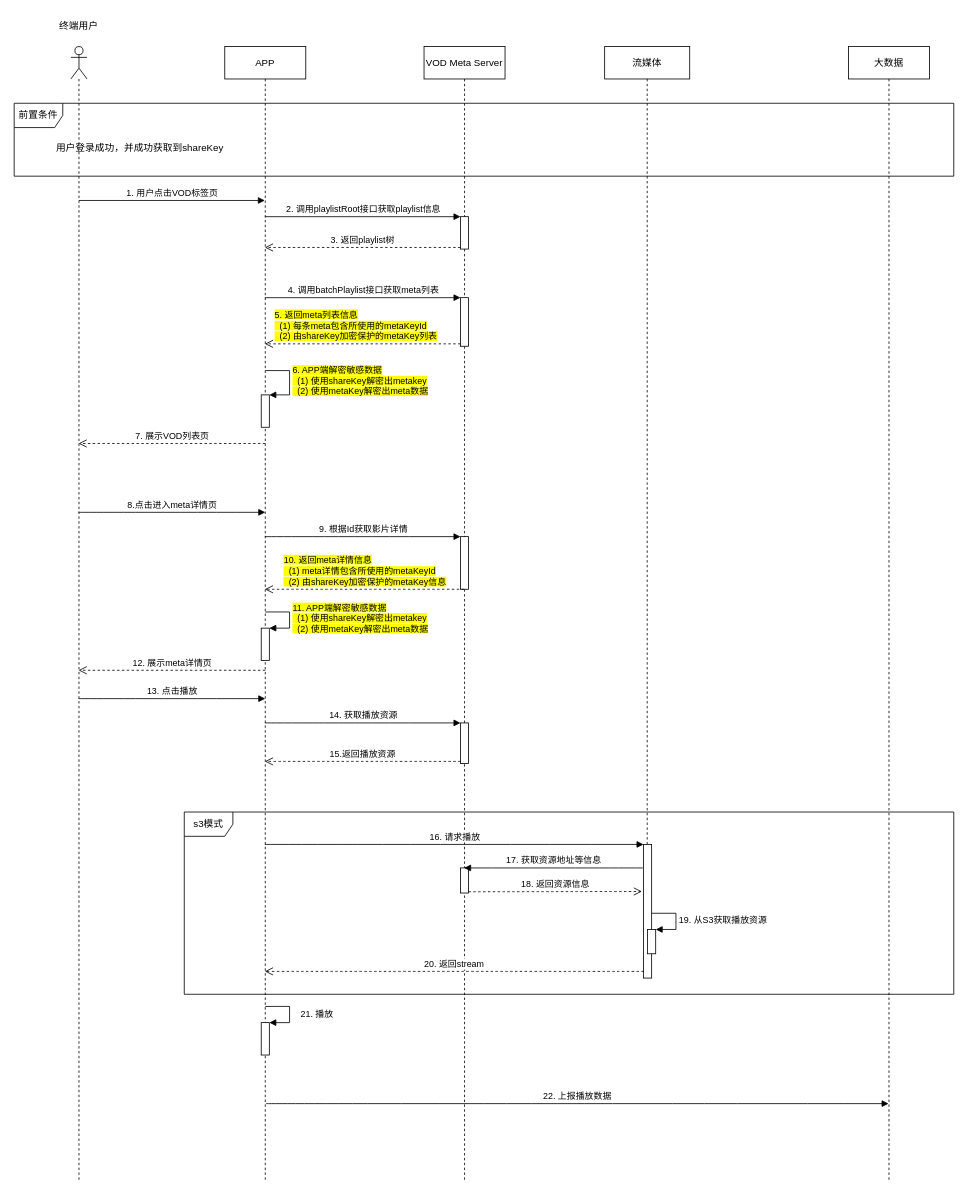
Before: VOD-E2EE.drawio in beixiaohai/zerotrust, a draw.io diagram. Source tidied: cells renumbered, new cells numbered last; positions are measured from the earlier drawing's top-left corner, leaving out a move shared by most shapes. Both pictures are drawn from the tidied source at 81%, with x=0, y=0 at pixel (14, 14).
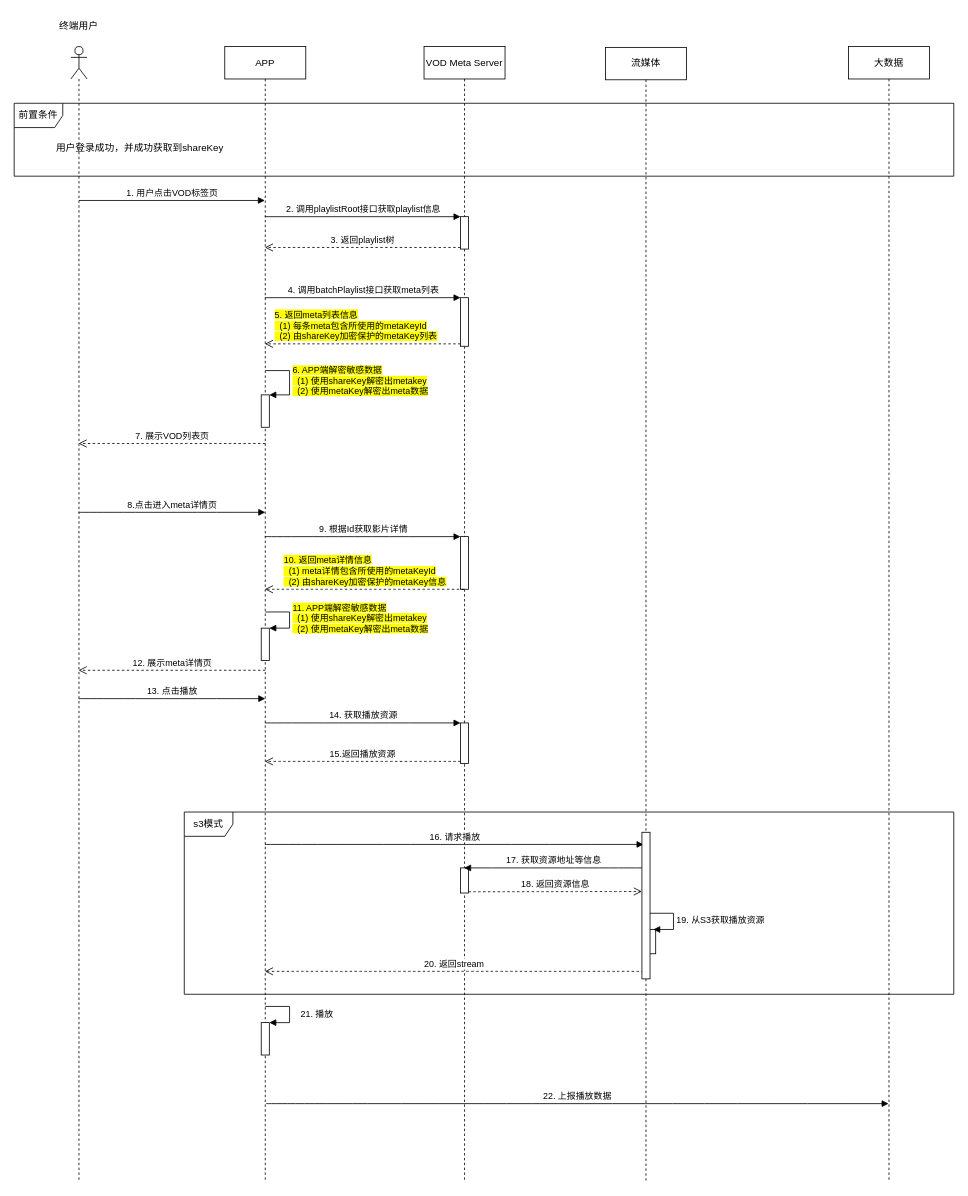
After the change.

Unchanged cells that the change refers to:
```xml
<mxCell id="3" value="APP" style="shape=umlLifeline;perimeter=lifelinePerimeter;whiteSpace=wrap;html=1;outlineConnect=0;" parent="1" vertex="1">
  <mxGeometry x="260" y="40" width="100" height="1400" as="geometry" />
</mxCell>
<mxCell id="12" value="VOD Meta Server" style="shape=umlLifeline;perimeter=lifelinePerimeter;whiteSpace=wrap;html=1;outlineConnect=0;" parent="1" vertex="1">
  <mxGeometry x="506" y="40" width="100" height="1400" as="geometry" />
</mxCell>
<mxCell id="15" style="html=1;points=[];perimeter=orthogonalPerimeter;" parent="12" vertex="1">
  <mxGeometry x="45" y="1014" width="10" height="31" as="geometry" />
</mxCell>
<mxCell id="41" style="html=1;points=[];perimeter=orthogonalPerimeter;" parent="1" vertex="1">
  <mxGeometry x="782" y="1130" width="10" height="30" as="geometry" />
</mxCell>
```

Change to the diagram source:
```diff
@@
-    <mxCell id="18" value="流媒体" style="shape=umlLifeline;perimeter=lifelinePerimeter;whiteSpace=wrap;html=1;" parent="1" vertex="1">
-      <mxGeometry x="729" y="40" width="105" height="1150" as="geometry" />
-    </mxCell>
-    <mxCell id="19" style="html=1;points=[];perimeter=orthogonalPerimeter;" parent="18" vertex="1">
-      <mxGeometry x="48" y="985" width="10" height="165" as="geometry" />
-    </mxCell>
@@
-    <mxCell id="26" value="16. 请求播放" style="html=1;verticalAlign=bottom;endArrow=block;entryX=0;entryY=0;labelBackgroundColor=#FFFFFF;curved=1;" parent="1" edge="1" target="19">
+    <mxCell id="26" value="16. 请求播放" style="html=1;verticalAlign=bottom;endArrow=block;entryX=0;entryY=0;labelBackgroundColor=#FFFFFF;curved=1;" parent="1" edge="1">
       <mxGeometry relative="1" as="geometry">
         <mxPoint x="309.5" y="1025" as="sourcePoint" />
+        <mxPoint x="777" y="1025" as="targetPoint" />
       </mxGeometry>
     </mxCell>
-    <mxCell id="27" value="20. 返回stream" style="html=1;verticalAlign=bottom;endArrow=open;dashed=1;endSize=8;exitX=0;exitY=0.95;labelBackgroundColor=#FFFFFF;curved=1;" parent="1" edge="1" source="19" target="3">
-      <mxGeometry relative="1" as="geometry" />
+    <mxCell id="27" value="20. 返回stream" style="html=1;verticalAlign=bottom;endArrow=open;dashed=1;endSize=8;exitX=0;exitY=0.95;labelBackgroundColor=#FFFFFF;curved=1;" parent="1" edge="1" target="3">
+      <mxGeometry relative="1" as="geometry">
+        <mxPoint x="777" y="1181.7" as="sourcePoint" />
+      </mxGeometry>
     </mxCell>
-    <mxCell id="28" value="17. 获取资源地址等信息" style="html=1;verticalAlign=bottom;endArrow=block;labelBackgroundColor=#FFFFFF;curved=1;exitX=-0.1;exitY=0.176;exitDx=0;exitDy=0;exitPerimeter=0;" parent="1" edge="1" source="19" target="12">
-      <mxGeometry relative="1" as="geometry" />
+    <mxCell id="28" value="17. 获取资源地址等信息" style="html=1;verticalAlign=bottom;endArrow=block;labelBackgroundColor=#FFFFFF;curved=1;exitX=-0.1;exitY=0.176;exitDx=0;exitDy=0;exitPerimeter=0;" parent="1" edge="1" target="12">
+      <mxGeometry relative="1" as="geometry">
+        <mxPoint x="776" y="1054" as="sourcePoint" />
+      </mxGeometry>
     </mxCell>
-    <mxCell id="29" value="18. 返回资源信息" style="html=1;verticalAlign=bottom;endArrow=open;dashed=1;endSize=8;exitX=1;exitY=0.95;labelBackgroundColor=#FFFFFF;curved=1;entryX=-0.2;entryY=0.352;entryDx=0;entryDy=0;entryPerimeter=0;" parent="1" edge="1" source="15" target="19">
-      <mxGeometry relative="1" as="geometry" />
+    <mxCell id="29" value="18. 返回资源信息" style="html=1;verticalAlign=bottom;endArrow=open;dashed=1;endSize=8;exitX=1;exitY=0.95;labelBackgroundColor=#FFFFFF;curved=1;entryX=-0.2;entryY=0.352;entryDx=0;entryDy=0;entryPerimeter=0;" parent="1" edge="1" source="15">
+      <mxGeometry relative="1" as="geometry">
+        <mxPoint x="775" y="1083.1" as="targetPoint" />
+      </mxGeometry>
     </mxCell>
@@
-    <mxCell id="42" value="19. 从S3获取播放资源" style="edgeStyle=orthogonalEdgeStyle;html=1;align=left;spacingLeft=2;endArrow=block;rounded=0;entryX=1;entryY=0;" parent="1" edge="1" target="41">
+    <mxCell id="42" value="19. 从S3获取播放资源" style="edgeStyle=orthogonalEdgeStyle;html=1;align=left;spacingLeft=2;endArrow=block;rounded=0;entryX=1;entryY=0;" parent="1" edge="1">
       <mxGeometry relative="1" as="geometry">
-        <mxPoint x="787" y="1110" as="sourcePoint" />
+        <mxPoint x="784" y="1110" as="sourcePoint" />
+        <mxPoint x="789" y="1130" as="targetPoint" />
         <Array as="points">
-          <mxPoint x="817" y="1110" />
+          <mxPoint x="814" y="1110" />
         </Array>
       </mxGeometry>
     </mxCell>
+    <mxCell id="18" value="流媒体" style="shape=umlLifeline;perimeter=lifelinePerimeter;whiteSpace=wrap;html=1;" parent="1" vertex="1">
+      <mxGeometry x="730" y="41" width="100" height="1400" as="geometry" />
+    </mxCell>
+    <mxCell id="43" style="html=1;perimeter=orthogonalPerimeter;" parent="18" vertex="1">
+      <mxGeometry x="45" y="969" width="10" height="181" as="geometry" />
+    </mxCell>
```
